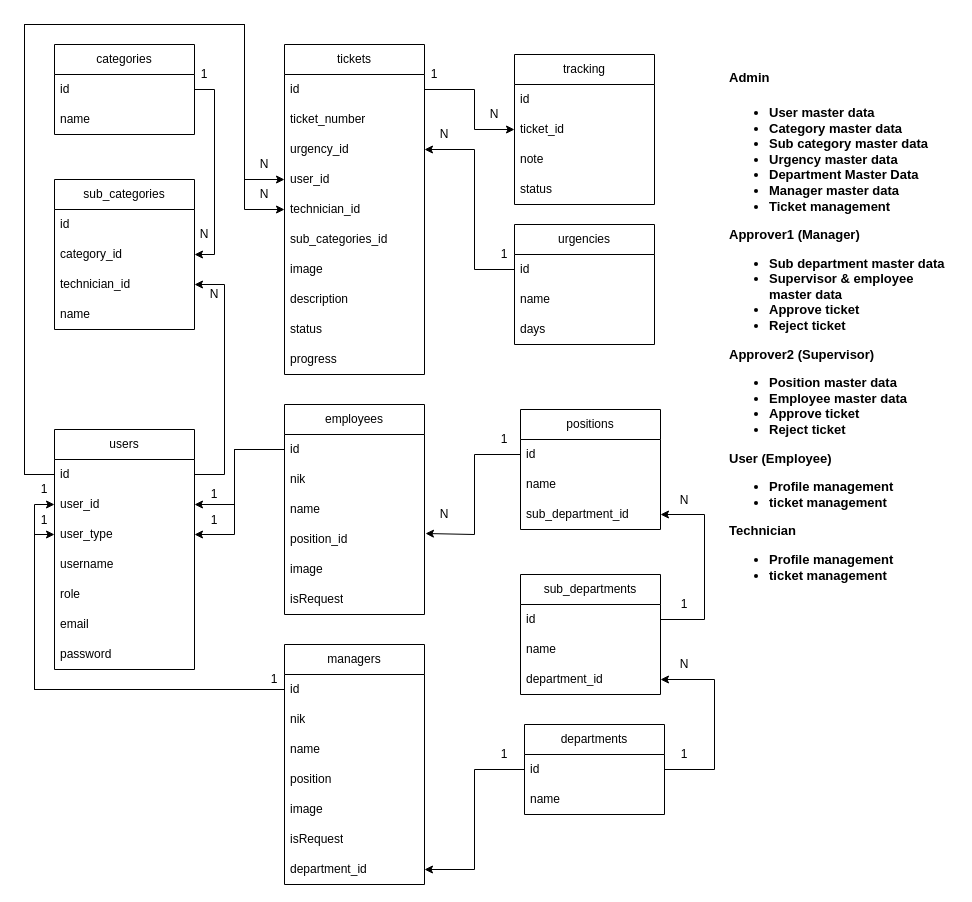
The draw.io diagram ERD.drawio in iandzillan/laravel-helpdesk, before the edit. Source tidied: cells renumbered, new cells numbered last; positions are measured from the earlier drawing's top-left corner, leaving out a move shared by most shapes. Both pictures are drawn from the tidied source at 100%, with x=0, y=0 at pixel (24, 24).
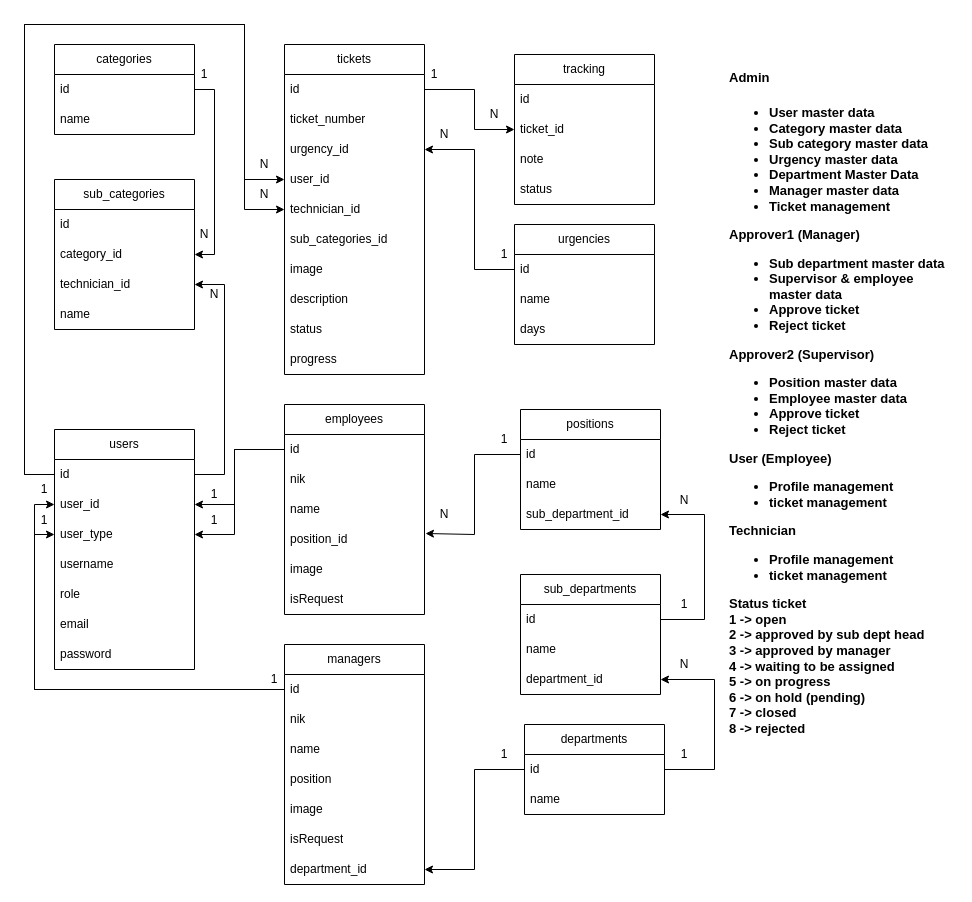
Above is the later version.

Diff of the diagram source:
```diff
@@
-    <mxCell id="74" value="&lt;h1&gt;&lt;b style=&quot;font-size: 13px; background-color: initial;&quot;&gt;Admin&lt;/b&gt;&lt;br&gt;&lt;/h1&gt;&lt;div style=&quot;font-size: 13px;&quot;&gt;&lt;ul style=&quot;&quot;&gt;&lt;li&gt;&lt;b style=&quot;&quot;&gt;&lt;font style=&quot;font-size: 13px;&quot;&gt;User master data&lt;/font&gt;&lt;/b&gt;&lt;/li&gt;&lt;li&gt;&lt;b style=&quot;&quot;&gt;&lt;font style=&quot;font-size: 13px;&quot;&gt;Category master data&lt;/font&gt;&lt;/b&gt;&lt;/li&gt;&lt;li&gt;&lt;b style=&quot;&quot;&gt;&lt;font style=&quot;font-size: 13px;&quot;&gt;Sub category master data&lt;/font&gt;&lt;/b&gt;&lt;/li&gt;&lt;li&gt;&lt;b style=&quot;&quot;&gt;&lt;font style=&quot;font-size: 13px;&quot;&gt;Urgency master data&lt;/font&gt;&lt;/b&gt;&lt;/li&gt;&lt;li&gt;&lt;b style=&quot;&quot;&gt;&lt;font style=&quot;font-size: 13px;&quot;&gt;Department Master Data&lt;/font&gt;&lt;/b&gt;&lt;/li&gt;&lt;li&gt;&lt;b style=&quot;&quot;&gt;&lt;font style=&quot;font-size: 13px;&quot;&gt;Manager master data&lt;/font&gt;&lt;/b&gt;&lt;/li&gt;&lt;li&gt;&lt;b style=&quot;&quot;&gt;&lt;font style=&quot;font-size: 13px;&quot;&gt;Ticket management&amp;nbsp;&lt;/font&gt;&lt;/b&gt;&lt;/li&gt;&lt;/ul&gt;&lt;/div&gt;&lt;div style=&quot;font-size: 13px;&quot;&gt;&lt;b&gt;&lt;font style=&quot;font-size: 13px;&quot;&gt;Approver1 (Manager)&lt;/font&gt;&lt;/b&gt;&lt;/div&gt;&lt;div style=&quot;font-size: 13px;&quot;&gt;&lt;ul&gt;&lt;li&gt;&lt;b&gt;&lt;font style=&quot;font-size: 13px;&quot;&gt;Sub department master data&lt;/font&gt;&lt;/b&gt;&lt;/li&gt;&lt;li&gt;&lt;b&gt;&lt;font style=&quot;font-size: 13px;&quot;&gt;Supervisor &amp;amp; employee master data&lt;/font&gt;&lt;/b&gt;&lt;/li&gt;&lt;li&gt;&lt;b&gt;&lt;font style=&quot;font-size: 13px;&quot;&gt;Approve ticket&lt;/font&gt;&lt;/b&gt;&lt;/li&gt;&lt;li&gt;&lt;b&gt;&lt;font style=&quot;font-size: 13px;&quot;&gt;Reject ticket&lt;/font&gt;&lt;/b&gt;&lt;/li&gt;&lt;/ul&gt;&lt;div&gt;&lt;div style=&quot;border-color: var(--border-color);&quot;&gt;&lt;b style=&quot;border-color: var(--border-color);&quot;&gt;&lt;font style=&quot;font-size: 13px;&quot;&gt;Approver2 (Supervisor)&lt;/font&gt;&lt;/b&gt;&lt;/div&gt;&lt;div style=&quot;border-color: var(--border-color);&quot;&gt;&lt;ul style=&quot;border-color: var(--border-color);&quot;&gt;&lt;li style=&quot;border-color: var(--border-color);&quot;&gt;&lt;b style=&quot;border-color: var(--border-color);&quot;&gt;&lt;font style=&quot;font-size: 13px;&quot;&gt;Position master data&lt;/font&gt;&lt;/b&gt;&lt;/li&gt;&lt;li style=&quot;border-color: var(--border-color);&quot;&gt;&lt;b style=&quot;border-color: var(--border-color);&quot;&gt;&lt;font style=&quot;font-size: 13px;&quot;&gt;Employee master data&lt;/font&gt;&lt;/b&gt;&lt;/li&gt;&lt;li style=&quot;border-color: var(--border-color);&quot;&gt;&lt;b style=&quot;border-color: var(--border-color);&quot;&gt;&lt;font style=&quot;font-size: 13px;&quot;&gt;Approve ticket&lt;/font&gt;&lt;/b&gt;&lt;/li&gt;&lt;li style=&quot;border-color: var(--border-color);&quot;&gt;&lt;b style=&quot;border-color: var(--border-color);&quot;&gt;&lt;font style=&quot;font-size: 13px;&quot;&gt;Reject ticket&lt;/font&gt;&lt;/b&gt;&lt;/li&gt;&lt;/ul&gt;&lt;/div&gt;&lt;/div&gt;&lt;/div&gt;&lt;div style=&quot;font-size: 13px;&quot;&gt;&lt;b&gt;&lt;font style=&quot;font-size: 13px;&quot;&gt;User (Employee)&lt;/font&gt;&lt;/b&gt;&lt;/div&gt;&lt;div style=&quot;font-size: 13px;&quot;&gt;&lt;ul&gt;&lt;li&gt;&lt;b&gt;&lt;font style=&quot;font-size: 13px;&quot;&gt;Profile management&lt;/font&gt;&lt;/b&gt;&lt;/li&gt;&lt;li&gt;&lt;b&gt;&lt;font style=&quot;font-size: 13px;&quot;&gt;ticket management&lt;/font&gt;&lt;/b&gt;&lt;/li&gt;&lt;/ul&gt;&lt;/div&gt;&lt;div style=&quot;font-size: 13px;&quot;&gt;&lt;b style=&quot;&quot;&gt;&lt;font style=&quot;font-size: 13px;&quot;&gt;Technician&lt;/font&gt;&lt;/b&gt;&lt;/div&gt;&lt;div style=&quot;font-size: 13px;&quot;&gt;&lt;ul style=&quot;&quot;&gt;&lt;li style=&quot;&quot;&gt;&lt;b&gt;&lt;font style=&quot;font-size: 13px;&quot;&gt;Profile management&lt;/font&gt;&lt;/b&gt;&lt;/li&gt;&lt;li style=&quot;&quot;&gt;&lt;b style=&quot;&quot;&gt;&lt;font style=&quot;font-size: 13px;&quot;&gt;ticket management&lt;/font&gt;&lt;/b&gt;&lt;/li&gt;&lt;/ul&gt;&lt;/div&gt;" style="text;html=1;strokeColor=none;fillColor=none;spacing=5;spacingTop=-20;whiteSpace=wrap;overflow=hidden;rounded=0;" parent="1" vertex="1">
-      <mxGeometry x="700" y="30" width="230" height="570" as="geometry" />
+    <mxCell id="74" value="&lt;h1&gt;&lt;b style=&quot;font-size: 13px; background-color: initial;&quot;&gt;Admin&lt;/b&gt;&lt;br&gt;&lt;/h1&gt;&lt;div style=&quot;font-size: 13px;&quot;&gt;&lt;ul style=&quot;&quot;&gt;&lt;li&gt;&lt;b style=&quot;&quot;&gt;&lt;font style=&quot;font-size: 13px;&quot;&gt;User master data&lt;/font&gt;&lt;/b&gt;&lt;/li&gt;&lt;li&gt;&lt;b style=&quot;&quot;&gt;&lt;font style=&quot;font-size: 13px;&quot;&gt;Category master data&lt;/font&gt;&lt;/b&gt;&lt;/li&gt;&lt;li&gt;&lt;b style=&quot;&quot;&gt;&lt;font style=&quot;font-size: 13px;&quot;&gt;Sub category master data&lt;/font&gt;&lt;/b&gt;&lt;/li&gt;&lt;li&gt;&lt;b style=&quot;&quot;&gt;&lt;font style=&quot;font-size: 13px;&quot;&gt;Urgency master data&lt;/font&gt;&lt;/b&gt;&lt;/li&gt;&lt;li&gt;&lt;b style=&quot;&quot;&gt;&lt;font style=&quot;font-size: 13px;&quot;&gt;Department Master Data&lt;/font&gt;&lt;/b&gt;&lt;/li&gt;&lt;li&gt;&lt;b style=&quot;&quot;&gt;&lt;font style=&quot;font-size: 13px;&quot;&gt;Manager master data&lt;/font&gt;&lt;/b&gt;&lt;/li&gt;&lt;li&gt;&lt;b style=&quot;&quot;&gt;&lt;font style=&quot;font-size: 13px;&quot;&gt;Ticket management&amp;nbsp;&lt;/font&gt;&lt;/b&gt;&lt;/li&gt;&lt;/ul&gt;&lt;/div&gt;&lt;div style=&quot;font-size: 13px;&quot;&gt;&lt;b&gt;&lt;font style=&quot;font-size: 13px;&quot;&gt;Approver1 (Manager)&lt;/font&gt;&lt;/b&gt;&lt;/div&gt;&lt;div style=&quot;font-size: 13px;&quot;&gt;&lt;ul&gt;&lt;li&gt;&lt;b&gt;&lt;font style=&quot;font-size: 13px;&quot;&gt;Sub department master data&lt;/font&gt;&lt;/b&gt;&lt;/li&gt;&lt;li&gt;&lt;b&gt;&lt;font style=&quot;font-size: 13px;&quot;&gt;Supervisor &amp;amp; employee master data&lt;/font&gt;&lt;/b&gt;&lt;/li&gt;&lt;li&gt;&lt;b&gt;&lt;font style=&quot;font-size: 13px;&quot;&gt;Approve ticket&lt;/font&gt;&lt;/b&gt;&lt;/li&gt;&lt;li&gt;&lt;b&gt;&lt;font style=&quot;font-size: 13px;&quot;&gt;Reject ticket&lt;/font&gt;&lt;/b&gt;&lt;/li&gt;&lt;/ul&gt;&lt;div&gt;&lt;div style=&quot;border-color: var(--border-color);&quot;&gt;&lt;b style=&quot;border-color: var(--border-color);&quot;&gt;&lt;font style=&quot;font-size: 13px;&quot;&gt;Approver2 (Supervisor)&lt;/font&gt;&lt;/b&gt;&lt;/div&gt;&lt;div style=&quot;border-color: var(--border-color);&quot;&gt;&lt;ul style=&quot;border-color: var(--border-color);&quot;&gt;&lt;li style=&quot;border-color: var(--border-color);&quot;&gt;&lt;b style=&quot;border-color: var(--border-color);&quot;&gt;&lt;font style=&quot;font-size: 13px;&quot;&gt;Position master data&lt;/font&gt;&lt;/b&gt;&lt;/li&gt;&lt;li style=&quot;border-color: var(--border-color);&quot;&gt;&lt;b style=&quot;border-color: var(--border-color);&quot;&gt;&lt;font style=&quot;font-size: 13px;&quot;&gt;Employee master data&lt;/font&gt;&lt;/b&gt;&lt;/li&gt;&lt;li style=&quot;border-color: var(--border-color);&quot;&gt;&lt;b style=&quot;border-color: var(--border-color);&quot;&gt;&lt;font style=&quot;font-size: 13px;&quot;&gt;Approve ticket&lt;/font&gt;&lt;/b&gt;&lt;/li&gt;&lt;li style=&quot;border-color: var(--border-color);&quot;&gt;&lt;b style=&quot;border-color: var(--border-color);&quot;&gt;&lt;font style=&quot;font-size: 13px;&quot;&gt;Reject ticket&lt;/font&gt;&lt;/b&gt;&lt;/li&gt;&lt;/ul&gt;&lt;/div&gt;&lt;/div&gt;&lt;/div&gt;&lt;div style=&quot;font-size: 13px;&quot;&gt;&lt;b&gt;&lt;font style=&quot;font-size: 13px;&quot;&gt;User (Employee)&lt;/font&gt;&lt;/b&gt;&lt;/div&gt;&lt;div style=&quot;font-size: 13px;&quot;&gt;&lt;ul&gt;&lt;li&gt;&lt;b&gt;&lt;font style=&quot;font-size: 13px;&quot;&gt;Profile management&lt;/font&gt;&lt;/b&gt;&lt;/li&gt;&lt;li&gt;&lt;b&gt;&lt;font style=&quot;font-size: 13px;&quot;&gt;ticket management&lt;/font&gt;&lt;/b&gt;&lt;/li&gt;&lt;/ul&gt;&lt;/div&gt;&lt;div style=&quot;font-size: 13px;&quot;&gt;&lt;b style=&quot;&quot;&gt;&lt;font style=&quot;font-size: 13px;&quot;&gt;Technician&lt;/font&gt;&lt;/b&gt;&lt;/div&gt;&lt;div style=&quot;font-size: 13px;&quot;&gt;&lt;ul style=&quot;&quot;&gt;&lt;li style=&quot;&quot;&gt;&lt;b&gt;&lt;font style=&quot;font-size: 13px;&quot;&gt;Profile management&lt;/font&gt;&lt;/b&gt;&lt;/li&gt;&lt;li style=&quot;&quot;&gt;&lt;b style=&quot;&quot;&gt;&lt;font style=&quot;font-size: 13px;&quot;&gt;ticket management&lt;/font&gt;&lt;/b&gt;&lt;/li&gt;&lt;/ul&gt;&lt;div&gt;&lt;b&gt;Status ticket&lt;/b&gt;&lt;/div&gt;&lt;div&gt;&lt;b&gt;1 -&amp;gt; open&lt;/b&gt;&lt;/div&gt;&lt;div&gt;&lt;b&gt;2 -&amp;gt; approved by sub dept head&lt;/b&gt;&lt;/div&gt;&lt;div&gt;&lt;b&gt;3 -&amp;gt; approved by manager&lt;/b&gt;&lt;/div&gt;&lt;div&gt;&lt;b&gt;4 -&amp;gt; waiting to be assigned&lt;/b&gt;&lt;/div&gt;&lt;div&gt;&lt;b&gt;5 -&amp;gt; on progress&lt;/b&gt;&lt;/div&gt;&lt;div&gt;&lt;b&gt;6 -&amp;gt; on hold (pending)&lt;/b&gt;&lt;/div&gt;&lt;div&gt;&lt;b&gt;7 -&amp;gt; closed&lt;/b&gt;&lt;/div&gt;&lt;div&gt;&lt;b&gt;8 -&amp;gt; rejected&amp;nbsp;&lt;/b&gt;&lt;/div&gt;&lt;/div&gt;" style="text;html=1;strokeColor=none;fillColor=none;spacing=5;spacingTop=-20;whiteSpace=wrap;overflow=hidden;rounded=0;" parent="1" vertex="1">
+      <mxGeometry x="700" y="30" width="230" height="730" as="geometry" />
     </mxCell>
```
